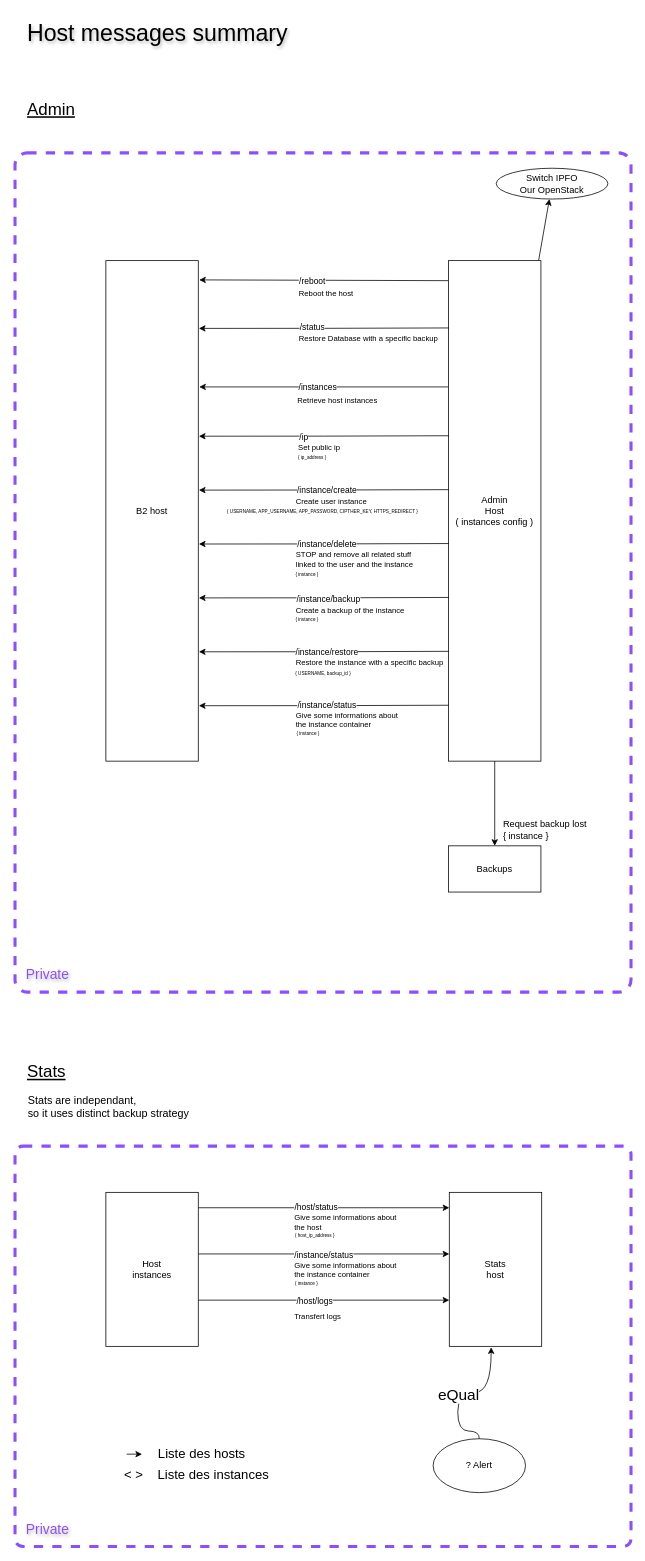
Above: doc/Host messages summary.drawio in yesbabylon/b2 (draw.io), before the change. Source tidied: cells renumbered, new cells numbered last; positions are measured from the earlier drawing's top-left corner, leaving out a move shared by most shapes. Both pictures are drawn from the tidied source at 77%, with x=0, y=0 at pixel (15, 13).
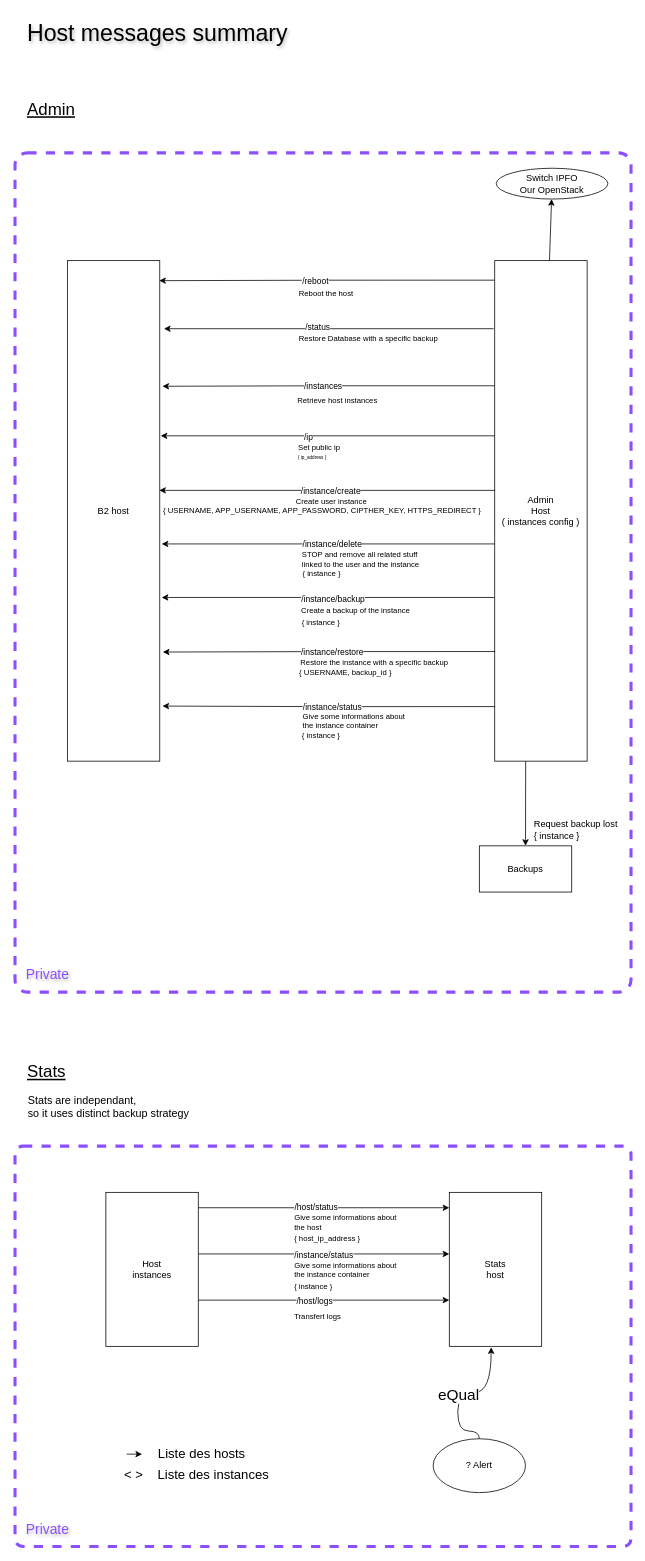
Above is the later version.

Diff of the diagram source:
```diff
@@
     <mxCell id="4" value="B2 host" style="whiteSpace=wrap;html=1;" parent="1" vertex="1">
-      <mxGeometry x="118" y="321" width="120" height="650" as="geometry" />
+      <mxGeometry x="68" y="321" width="120" height="650" as="geometry" />
     </mxCell>
@@
-    <mxCell id="8" style="edgeStyle=orthogonalEdgeStyle;rounded=0;orthogonalLoop=1;jettySize=auto;html=1;entryX=1.01;entryY=0.075;entryDx=0;entryDy=0;exitX=-0.003;exitY=0.076;exitDx=0;exitDy=0;exitPerimeter=0;entryPerimeter=0;" parent="1" edge="1">
-      <mxGeometry relative="1" as="geometry">
-        <mxPoint x="562.6" y="347" as="sourcePoint" />
-        <mxPoint x="239.2" y="346" as="targetPoint" />
-        <Array as="points">
-          <mxPoint x="239" y="347" />
-        </Array>
-      </mxGeometry>
+    <mxCell id="8" style="edgeStyle=orthogonalEdgeStyle;rounded=0;jettySize=auto;html=1;entryX=0.994;entryY=0.04;entryDx=0;entryDy=0;exitX=-0.004;exitY=0.039;exitDx=0;exitDy=0;exitPerimeter=0;entryPerimeter=0;" parent="1" edge="1" source="11" target="4">
+      <mxGeometry relative="1" as="geometry" />
     </mxCell>
@@
     <mxCell id="11" value="Admin&lt;br&gt;Host&lt;br&gt;( instances config )" style="whiteSpace=wrap;html=1;" parent="1" vertex="1">
-      <mxGeometry x="563" y="321" width="120" height="650" as="geometry" />
+      <mxGeometry x="623" y="321" width="120" height="650" as="geometry" />
     </mxCell>
@@
-    <mxCell id="13" style="edgeStyle=orthogonalEdgeStyle;rounded=0;orthogonalLoop=1;jettySize=auto;html=1;exitX=-0.004;exitY=0.144;exitDx=0;exitDy=0;exitPerimeter=0;entryX=1.01;entryY=0.144;entryDx=0;entryDy=0;entryPerimeter=0;" parent="1" edge="1">
-      <mxGeometry relative="1" as="geometry">
-        <mxPoint x="562.5" y="485" as="sourcePoint" />
-        <mxPoint x="239.2" y="485" as="targetPoint" />
-      </mxGeometry>
+    <mxCell id="13" style="edgeStyle=orthogonalEdgeStyle;rounded=0;jettySize=auto;html=1;exitX=0;exitY=0.25;exitDx=0;exitDy=0;entryX=1.029;entryY=0.251;entryDx=0;entryDy=0;entryPerimeter=0;" parent="1" edge="1" source="11" target="4">
+      <mxGeometry relative="1" as="geometry" />
     </mxCell>
@@
-    <mxCell id="15" style="edgeStyle=orthogonalEdgeStyle;rounded=0;orthogonalLoop=1;jettySize=auto;html=1;entryX=1.007;entryY=0.62;entryDx=0;entryDy=0;exitX=0.003;exitY=0.616;exitDx=0;exitDy=0;exitPerimeter=0;entryPerimeter=0;" parent="1" edge="1">
-      <mxGeometry relative="1" as="geometry">
-        <mxPoint x="563.4" y="408.4" as="sourcePoint" />
-        <mxPoint x="238.8" y="409" as="targetPoint" />
-      </mxGeometry>
+    <mxCell id="15" style="edgeStyle=orthogonalEdgeStyle;rounded=0;jettySize=auto;html=1;entryX=1.045;entryY=0.136;entryDx=0;entryDy=0;exitX=-0.012;exitY=0.136;exitDx=0;exitDy=0;exitPerimeter=0;entryPerimeter=0;" parent="1" edge="1" source="11" target="4">
+      <mxGeometry relative="1" as="geometry" />
     </mxCell>
@@
     <mxCell id="17" value="Backups" style="whiteSpace=wrap;html=1;" parent="1" vertex="1">
-      <mxGeometry x="563" y="1081" width="120" height="60" as="geometry" />
+      <mxGeometry x="603" y="1081" width="120" height="60" as="geometry" />
     </mxCell>
     <mxCell id="18" value="Request backup lost&lt;br&gt;&lt;div style=&quot;text-align: left;&quot;&gt;&lt;span style=&quot;background-color: initial;&quot;&gt;{ instance }&lt;/span&gt;&lt;/div&gt;" style="text;html=1;align=center;verticalAlign=middle;strokeColor=none;fillColor=none;" parent="1" vertex="1">
-      <mxGeometry x="623" y="1040" width="130" height="40" as="geometry" />
+      <mxGeometry x="663" y="1040" width="130" height="40" as="geometry" />
     </mxCell>
@@
-    <mxCell id="36" style="edgeStyle=orthogonalEdgeStyle;rounded=0;orthogonalLoop=1;jettySize=auto;html=1;entryX=1.007;entryY=0.62;entryDx=0;entryDy=0;exitX=0.003;exitY=0.616;exitDx=0;exitDy=0;exitPerimeter=0;entryPerimeter=0;" parent="1" edge="1">
-      <mxGeometry relative="1" as="geometry">
-        <mxPoint x="563.4" y="548.4" as="sourcePoint" />
-        <mxPoint x="238.8" y="549" as="targetPoint" />
-      </mxGeometry>
+    <mxCell id="36" style="edgeStyle=orthogonalEdgeStyle;rounded=0;jettySize=auto;html=1;entryX=1.01;entryY=0.35;entryDx=0;entryDy=0;exitX=0;exitY=0.35;exitDx=0;exitDy=0;exitPerimeter=0;entryPerimeter=0;" parent="1" edge="1" source="11" target="4">
+      <mxGeometry relative="1" as="geometry" />
     </mxCell>
@@
-    <mxCell id="40" style="edgeStyle=orthogonalEdgeStyle;rounded=0;orthogonalLoop=1;jettySize=auto;html=1;entryX=1.007;entryY=0.62;entryDx=0;entryDy=0;exitX=0.003;exitY=0.616;exitDx=0;exitDy=0;exitPerimeter=0;entryPerimeter=0;" parent="1" edge="1">
-      <mxGeometry relative="1" as="geometry">
-        <mxPoint x="563.4" y="618.4" as="sourcePoint" />
-        <mxPoint x="238.8" y="619" as="targetPoint" />
-      </mxGeometry>
+    <mxCell id="40" style="edgeStyle=orthogonalEdgeStyle;rounded=0;jettySize=auto;html=1;entryX=0.994;entryY=0.459;entryDx=0;entryDy=0;exitX=0.004;exitY=0.459;exitDx=0;exitDy=0;exitPerimeter=0;entryPerimeter=0;" parent="1" edge="1" source="11" target="4">
+      <mxGeometry relative="1" as="geometry" />
     </mxCell>
@@
-    <mxCell id="43" style="edgeStyle=orthogonalEdgeStyle;rounded=0;orthogonalLoop=1;jettySize=auto;html=1;entryX=1.007;entryY=0.62;entryDx=0;entryDy=0;exitX=0.003;exitY=0.616;exitDx=0;exitDy=0;exitPerimeter=0;entryPerimeter=0;" parent="1" edge="1">
-      <mxGeometry relative="1" as="geometry">
-        <mxPoint x="563.4" y="688.4" as="sourcePoint" />
-        <mxPoint x="238.8" y="689" as="targetPoint" />
-      </mxGeometry>
+    <mxCell id="43" style="edgeStyle=orthogonalEdgeStyle;rounded=0;jettySize=auto;html=1;entryX=1.021;entryY=0.566;entryDx=0;entryDy=0;entryPerimeter=0;exitX=0;exitY=0.566;exitDx=0;exitDy=0;exitPerimeter=0;" parent="1" edge="1" source="11" target="4">
+      <mxGeometry relative="1" as="geometry" />
     </mxCell>
@@
-    <mxCell id="45" value="&lt;font style=&quot;font-size: 6px;&quot;&gt;{ instance }&lt;/font&gt;" style="text;html=1;align=center;verticalAlign=middle;strokeColor=none;fillColor=none;fontSize=10;" parent="1" vertex="1">
-      <mxGeometry x="354" y="712" width="50" height="30" as="geometry" />
+    <mxCell id="45" value="&lt;font style=&quot;font-size: 10px;&quot;&gt;{ instance }&lt;/font&gt;" style="text;html=1;align=center;verticalAlign=middle;strokeColor=none;fillColor=none;fontSize=10;" parent="1" vertex="1">
+      <mxGeometry x="363" y="712" width="70" height="30" as="geometry" />
     </mxCell>
     <mxCell id="46" value="STOP and remove all related stuff &lt;br&gt;linked to the user and the instance" style="text;html=1;align=left;verticalAlign=middle;strokeColor=none;fillColor=none;fontSize=10;" parent="1" vertex="1">
-      <mxGeometry x="363" y="689" width="180" height="40" as="geometry" />
+      <mxGeometry x="371" y="689" width="180" height="40" as="geometry" />
     </mxCell>
-    <mxCell id="47" style="edgeStyle=orthogonalEdgeStyle;rounded=0;orthogonalLoop=1;jettySize=auto;html=1;entryX=1.007;entryY=0.62;entryDx=0;entryDy=0;exitX=0.003;exitY=0.616;exitDx=0;exitDy=0;exitPerimeter=0;entryPerimeter=0;" parent="1" edge="1">
-      <mxGeometry relative="1" as="geometry">
-        <mxPoint x="563.4" y="758.4" as="sourcePoint" />
-        <mxPoint x="238.8" y="759" as="targetPoint" />
-      </mxGeometry>
+    <mxCell id="47" style="edgeStyle=orthogonalEdgeStyle;rounded=0;jettySize=auto;html=1;entryX=1.021;entryY=0.673;entryDx=0;entryDy=0;exitX=-0.004;exitY=0.673;exitDx=0;exitDy=0;exitPerimeter=0;entryPerimeter=0;" parent="1" edge="1" source="11" target="4">
+      <mxGeometry relative="1" as="geometry" />
     </mxCell>
@@
     <mxCell id="49" value="&lt;font style=&quot;font-size: 10px;&quot;&gt;Create a backup of the instance&lt;/font&gt;" style="text;html=1;align=left;verticalAlign=middle;strokeColor=none;fillColor=none;fontSize=10;" parent="1" vertex="1">
-      <mxGeometry x="363" y="760" width="160" height="30" as="geometry" />
+      <mxGeometry x="370" y="760" width="160" height="30" as="geometry" />
     </mxCell>
-    <mxCell id="50" style="edgeStyle=orthogonalEdgeStyle;rounded=0;orthogonalLoop=1;jettySize=auto;html=1;entryX=1.007;entryY=0.62;entryDx=0;entryDy=0;exitX=0.003;exitY=0.616;exitDx=0;exitDy=0;exitPerimeter=0;entryPerimeter=0;" parent="1" edge="1">
-      <mxGeometry relative="1" as="geometry">
-        <mxPoint x="563.4" y="828.4" as="sourcePoint" />
-        <mxPoint x="238.8" y="829" as="targetPoint" />
-      </mxGeometry>
+    <mxCell id="50" style="edgeStyle=orthogonalEdgeStyle;rounded=0;jettySize=auto;html=1;entryX=1.033;entryY=0.782;entryDx=0;entryDy=0;exitX=0.004;exitY=0.781;exitDx=0;exitDy=0;exitPerimeter=0;entryPerimeter=0;" parent="1" edge="1" source="11" target="4">
+      <mxGeometry relative="1" as="geometry" />
     </mxCell>
@@
-    <mxCell id="52" value="&lt;font style=&quot;font-size: 6px;&quot;&gt;{ USERNAME, backup_id }&lt;/font&gt;" style="text;html=1;align=center;verticalAlign=middle;strokeColor=none;fillColor=none;fontSize=10;" parent="1" vertex="1">
-      <mxGeometry x="350" y="840" width="100" height="30" as="geometry" />
+    <mxCell id="52" value="&lt;font style=&quot;font-size: 10px;&quot;&gt;{ USERNAME, backup_id }&lt;/font&gt;" style="text;html=1;align=center;verticalAlign=middle;strokeColor=none;fillColor=none;fontSize=10;" parent="1" vertex="1">
+      <mxGeometry x="359" y="840" width="140" height="30" as="geometry" />
     </mxCell>
     <mxCell id="53" value="&lt;font style=&quot;font-size: 10px;&quot;&gt;Restore the instance with a specific backup&lt;/font&gt;" style="text;html=1;align=left;verticalAlign=middle;strokeColor=none;fillColor=none;fontSize=10;" parent="1" vertex="1">
-      <mxGeometry x="363" y="827" width="220" height="30" as="geometry" />
+      <mxGeometry x="369" y="827" width="220" height="30" as="geometry" />
     </mxCell>
-    <mxCell id="54" style="edgeStyle=orthogonalEdgeStyle;rounded=0;orthogonalLoop=1;jettySize=auto;html=1;entryX=1.007;entryY=0.62;entryDx=0;entryDy=0;exitX=0.003;exitY=0.616;exitDx=0;exitDy=0;exitPerimeter=0;entryPerimeter=0;" parent="1" edge="1">
-      <mxGeometry relative="1" as="geometry">
-        <mxPoint x="563.4" y="898.4" as="sourcePoint" />
-        <mxPoint x="238.8" y="899" as="targetPoint" />
-      </mxGeometry>
+    <mxCell id="54" style="edgeStyle=orthogonalEdgeStyle;rounded=0;jettySize=auto;html=1;entryX=1.029;entryY=0.89;entryDx=0;entryDy=0;entryPerimeter=0;exitX=0.004;exitY=0.891;exitDx=0;exitDy=0;exitPerimeter=0;" parent="1" edge="1" source="11" target="4">
+      <mxGeometry relative="1" as="geometry" />
     </mxCell>
@@
-    <mxCell id="56" value="&lt;font style=&quot;font-size: 6px;&quot;&gt;{ instance }&lt;/font&gt;" style="text;html=1;align=left;verticalAlign=middle;strokeColor=none;fillColor=none;fontSize=10;" parent="1" vertex="1">
-      <mxGeometry x="364" y="918" width="50" height="30" as="geometry" />
+    <mxCell id="56" value="&lt;font style=&quot;font-size: 10px;&quot;&gt;{ instance }&lt;/font&gt;" style="text;html=1;align=left;verticalAlign=middle;strokeColor=none;fillColor=none;fontSize=10;" parent="1" vertex="1">
+      <mxGeometry x="371" y="923" width="70" height="30" as="geometry" />
     </mxCell>
     <mxCell id="57" value="&lt;font style=&quot;font-size: 10px;&quot;&gt;Give some informations about &lt;br&gt;the instance container&lt;/font&gt;" style="text;html=1;align=left;verticalAlign=middle;strokeColor=none;fillColor=none;fontSize=10;" parent="1" vertex="1">
-      <mxGeometry x="363" y="897" width="160" height="40" as="geometry" />
+      <mxGeometry x="372" y="899" width="160" height="40" as="geometry" />
     </mxCell>
-    <mxCell id="58" value="&lt;span style=&quot;font-size: 6px;&quot;&gt;{ USERNAME, APP_USERNAME, APP_PASSWORD, CIPTHER_KEY, HTTPS_REDIRECT }&amp;nbsp;&lt;/span&gt;" style="text;html=1;align=center;verticalAlign=middle;strokeColor=none;fillColor=none;fontSize=10;" parent="1" vertex="1">
-      <mxGeometry x="265" y="630" width="270" height="30" as="geometry" />
+    <mxCell id="58" value="&lt;font style=&quot;font-size: 10px;&quot;&gt;{ USERNAME, APP_USERNAME, APP_PASSWORD, CIPTHER_KEY, HTTPS_REDIRECT }&amp;nbsp;&lt;/font&gt;" style="text;html=1;align=center;verticalAlign=middle;strokeColor=none;fillColor=none;fontSize=10;" parent="1" vertex="1">
+      <mxGeometry x="180" y="630" width="440" height="30" as="geometry" />
     </mxCell>
-    <mxCell id="59" value="&lt;font style=&quot;font-size: 6px;&quot;&gt;{ instance }&lt;/font&gt;" style="text;html=1;align=center;verticalAlign=middle;strokeColor=none;fillColor=none;fontSize=10;" parent="1" vertex="1">
-      <mxGeometry x="354" y="771" width="50" height="30" as="geometry" />
+    <mxCell id="59" value="&lt;font style=&quot;font-size: 10px;&quot;&gt;{ instance }&lt;/font&gt;" style="text;html=1;align=center;verticalAlign=middle;strokeColor=none;fillColor=none;fontSize=10;" parent="1" vertex="1">
+      <mxGeometry x="362" y="776" width="70" height="30" as="geometry" />
     </mxCell>
@@
-    <mxCell id="63" value="&lt;font style=&quot;font-size: 6px;&quot;&gt;{ host_ip_address }&lt;/font&gt;" style="text;html=1;align=left;verticalAlign=middle;strokeColor=none;fillColor=none;fontSize=10;" parent="1" vertex="1">
-      <mxGeometry x="362" y="1571" width="70" height="30" as="geometry" />
+    <mxCell id="63" value="&lt;font style=&quot;font-size: 10px;&quot;&gt;{ host_ip_address }&lt;/font&gt;" style="text;html=1;align=left;verticalAlign=middle;strokeColor=none;fillColor=none;fontSize=10;" parent="1" vertex="1">
+      <mxGeometry x="361" y="1576" width="110" height="30" as="geometry" />
     </mxCell>
@@
-    <mxCell id="65" value="&lt;font style=&quot;font-size: 6px;&quot;&gt;{ instance }&lt;/font&gt;" style="text;html=1;align=left;verticalAlign=middle;strokeColor=none;fillColor=none;fontSize=10;" parent="1" vertex="1">
-      <mxGeometry x="362" y="1633" width="50" height="30" as="geometry" />
+    <mxCell id="65" value="&lt;font style=&quot;font-size: 10px;&quot;&gt;{ instance }&lt;/font&gt;" style="text;html=1;align=left;verticalAlign=middle;strokeColor=none;fillColor=none;fontSize=10;" parent="1" vertex="1">
+      <mxGeometry x="361" y="1638" width="70" height="30" as="geometry" />
     </mxCell>
```
